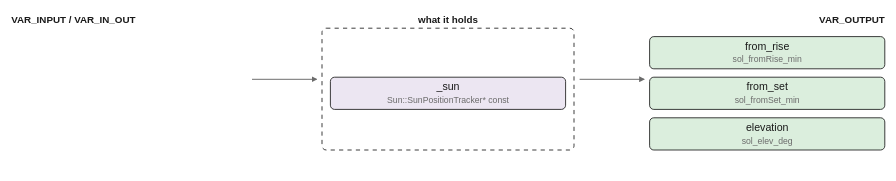
The draw.io diagram images/logic/sun_watch.drawio.svg in pstch/botanik2, before a commit. Source tidied: cells renumbered, new cells last; positions are measured from the earlier drawing's top-left corner, leaving out a move shared by most shapes. Its diagram source:
```xml
<mxGraphModel>
  <root>
    <mxCell id="0" />
    <mxCell id="1" parent="0" />
    <mxCell id="2" value="VAR_INPUT / VAR_IN_OUT" style="text;html=1;fontSize=7;fontColor=#1a1a1a;align=left;fontStyle=1;" parent="1" vertex="1">
      <mxGeometry width="110" height="11" as="geometry" />
    </mxCell>
    <mxCell id="3" value="what it holds" style="text;html=1;fontSize=7;fontColor=#1a1a1a;align=center;fontStyle=1;" parent="1" vertex="1">
      <mxGeometry x="312" width="65" height="11" as="geometry" />
    </mxCell>
    <mxCell id="4" value="VAR_OUTPUT" style="text;html=1;fontSize=7;fontColor=#1a1a1a;align=left;fontStyle=1;" parent="1" vertex="1">
      <mxGeometry x="624" width="50" height="11" as="geometry" />
    </mxCell>
    <mxCell id="5" value="from_rise" style="rounded=1;fillColor=#dbeedd;strokeColor=#1a1a1a;whiteSpace=wrap;html=1;fontSize=8;" parent="1" vertex="1">
      <mxGeometry x="456" y="17" width="168" height="23" as="geometry" />
    </mxCell>
    <mxCell id="6" value="from_set" style="rounded=1;fillColor=#dbeedd;strokeColor=#1a1a1a;whiteSpace=wrap;html=1;fontSize=8;" parent="1" vertex="1">
      <mxGeometry x="456" y="46" width="168" height="23" as="geometry" />
    </mxCell>
    <mxCell id="7" value="elevation" style="rounded=1;fillColor=#dbeedd;strokeColor=#1a1a1a;whiteSpace=wrap;html=1;fontSize=8;" parent="1" vertex="1">
      <mxGeometry x="456" y="75" width="168" height="23" as="geometry" />
    </mxCell>
    <mxCell id="8" style="rounded=1;fillColor=#ffffff;strokeColor=#1a1a1a;whiteSpace=wrap;html=1;fontSize=8;dashed=1;" parent="1" vertex="1">
      <mxGeometry x="222" y="11" width="180" height="87" as="geometry" />
    </mxCell>
    <mxCell id="9" value="_sun" style="rounded=1;fillColor=#ece6f2;strokeColor=#1a1a1a;whiteSpace=wrap;html=1;fontSize=8;" parent="1" vertex="1">
      <mxGeometry x="228" y="46" width="168" height="23" as="geometry" />
    </mxCell>
    <mxCell id="10" style="edgeStyle=none;html=1;strokeColor=#6b6b6b;endArrow=block;" parent="1" edge="1">
      <mxGeometry relative="1" as="geometry">
        <mxPoint x="172" y="47.5" as="sourcePoint" />
        <mxPoint x="218" y="47.5" as="targetPoint" />
      </mxGeometry>
    </mxCell>
    <mxCell id="11" style="edgeStyle=none;html=1;strokeColor=#6b6b6b;endArrow=block;" parent="1" edge="1">
      <mxGeometry relative="1" as="geometry">
        <mxPoint x="406" y="47.5" as="sourcePoint" />
        <mxPoint x="452" y="47.5" as="targetPoint" />
      </mxGeometry>
    </mxCell>
  </root>
</mxGraphModel>
```
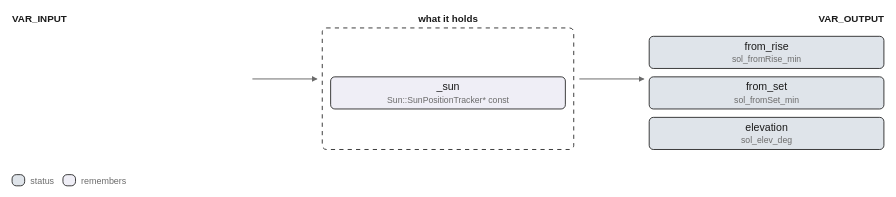
After the change.

The edit, as a diff of the source:
```diff
@@ -2,8 +2,8 @@
   <root>
     <mxCell id="0" />
     <mxCell id="1" parent="0" />
-    <mxCell id="2" value="VAR_INPUT / VAR_IN_OUT" style="text;html=1;fontSize=7;fontColor=#1a1a1a;align=left;fontStyle=1;" parent="1" vertex="1">
-      <mxGeometry width="110" height="11" as="geometry" />
+    <mxCell id="2" value="VAR_INPUT" style="text;html=1;fontSize=7;fontColor=#1a1a1a;align=left;fontStyle=1;" parent="1" vertex="1">
+      <mxGeometry width="45" height="11" as="geometry" />
     </mxCell>
     <mxCell id="3" value="what it holds" style="text;html=1;fontSize=7;fontColor=#1a1a1a;align=center;fontStyle=1;" parent="1" vertex="1">
       <mxGeometry x="312" width="65" height="11" as="geometry" />
@@ -11,19 +11,19 @@
     <mxCell id="4" value="VAR_OUTPUT" style="text;html=1;fontSize=7;fontColor=#1a1a1a;align=left;fontStyle=1;" parent="1" vertex="1">
       <mxGeometry x="624" width="50" height="11" as="geometry" />
     </mxCell>
-    <mxCell id="5" value="from_rise" style="rounded=1;fillColor=#dbeedd;strokeColor=#1a1a1a;whiteSpace=wrap;html=1;fontSize=8;" parent="1" vertex="1">
+    <mxCell id="5" value="from_rise" style="rounded=1;fillColor=#dfe4ea;strokeColor=#1a1a1a;whiteSpace=wrap;html=1;fontSize=8;" parent="1" vertex="1">
       <mxGeometry x="456" y="17" width="168" height="23" as="geometry" />
     </mxCell>
-    <mxCell id="6" value="from_set" style="rounded=1;fillColor=#dbeedd;strokeColor=#1a1a1a;whiteSpace=wrap;html=1;fontSize=8;" parent="1" vertex="1">
+    <mxCell id="6" value="from_set" style="rounded=1;fillColor=#dfe4ea;strokeColor=#1a1a1a;whiteSpace=wrap;html=1;fontSize=8;" parent="1" vertex="1">
       <mxGeometry x="456" y="46" width="168" height="23" as="geometry" />
     </mxCell>
-    <mxCell id="7" value="elevation" style="rounded=1;fillColor=#dbeedd;strokeColor=#1a1a1a;whiteSpace=wrap;html=1;fontSize=8;" parent="1" vertex="1">
+    <mxCell id="7" value="elevation" style="rounded=1;fillColor=#dfe4ea;strokeColor=#1a1a1a;whiteSpace=wrap;html=1;fontSize=8;" parent="1" vertex="1">
       <mxGeometry x="456" y="75" width="168" height="23" as="geometry" />
     </mxCell>
     <mxCell id="8" style="rounded=1;fillColor=#ffffff;strokeColor=#1a1a1a;whiteSpace=wrap;html=1;fontSize=8;dashed=1;" parent="1" vertex="1">
       <mxGeometry x="222" y="11" width="180" height="87" as="geometry" />
     </mxCell>
-    <mxCell id="9" value="_sun" style="rounded=1;fillColor=#ece6f2;strokeColor=#1a1a1a;whiteSpace=wrap;html=1;fontSize=8;" parent="1" vertex="1">
+    <mxCell id="9" value="_sun" style="rounded=1;fillColor=#efeef6;strokeColor=#1a1a1a;whiteSpace=wrap;html=1;fontSize=8;" parent="1" vertex="1">
       <mxGeometry x="228" y="46" width="168" height="23" as="geometry" />
     </mxCell>
     <mxCell id="10" style="edgeStyle=none;html=1;strokeColor=#6b6b6b;endArrow=block;" parent="1" edge="1">
@@ -38,5 +38,17 @@
         <mxPoint x="452" y="47.5" as="targetPoint" />
       </mxGeometry>
     </mxCell>
+    <mxCell id="12" style="rounded=1;fillColor=#dfe4ea;strokeColor=#1a1a1a;whiteSpace=wrap;html=1;fontSize=8;" parent="1" vertex="1">
+      <mxGeometry y="116" width="9" height="8" as="geometry" />
+    </mxCell>
+    <mxCell id="13" value="status" style="text;html=1;fontSize=6;fontColor=#6b6b6b;align=left;" parent="1" vertex="1">
+      <mxGeometry x="13" y="116.6" width="40" height="10.4" as="geometry" />
+    </mxCell>
+    <mxCell id="14" style="rounded=1;fillColor=#efeef6;strokeColor=#1a1a1a;whiteSpace=wrap;html=1;fontSize=8;" parent="1" vertex="1">
+      <mxGeometry x="36.4" y="116" width="9" height="8" as="geometry" />
+    </mxCell>
+    <mxCell id="15" value="remembers" style="text;html=1;fontSize=6;fontColor=#6b6b6b;align=left;" parent="1" vertex="1">
+      <mxGeometry x="49.4" y="116.6" width="45" height="10.4" as="geometry" />
+    </mxCell>
   </root>
 </mxGraphModel>
```
